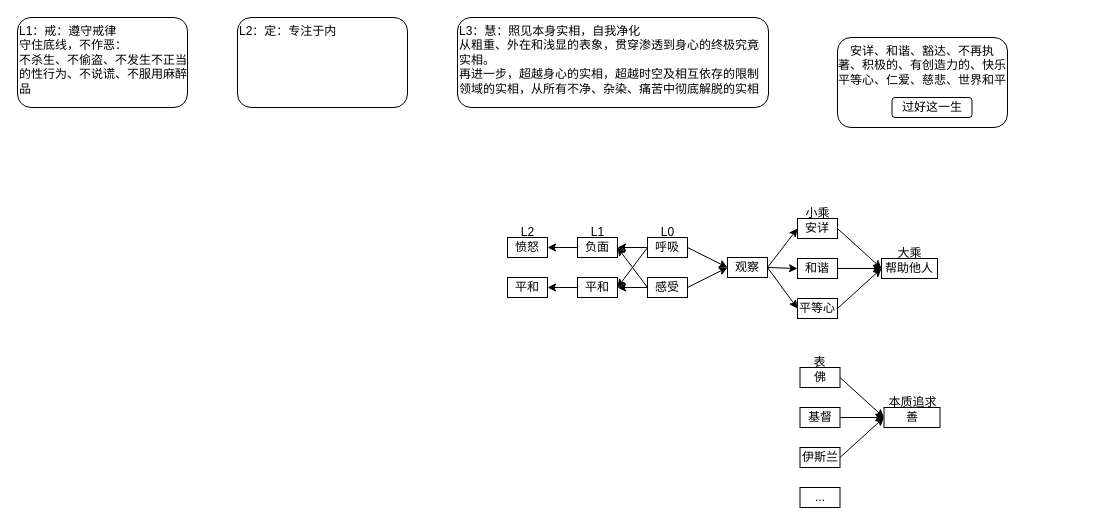
The draw.io diagram 未命名绘图.drawio in 2sky-git/drawio, before the edit. Source tidied: cells renumbered, new cells numbered last; positions are measured from the earlier drawing's top-left corner, leaving out a move shared by most shapes. Both pictures are drawn from the tidied source at 100%, with x=0, y=0 at pixel (17, 17).
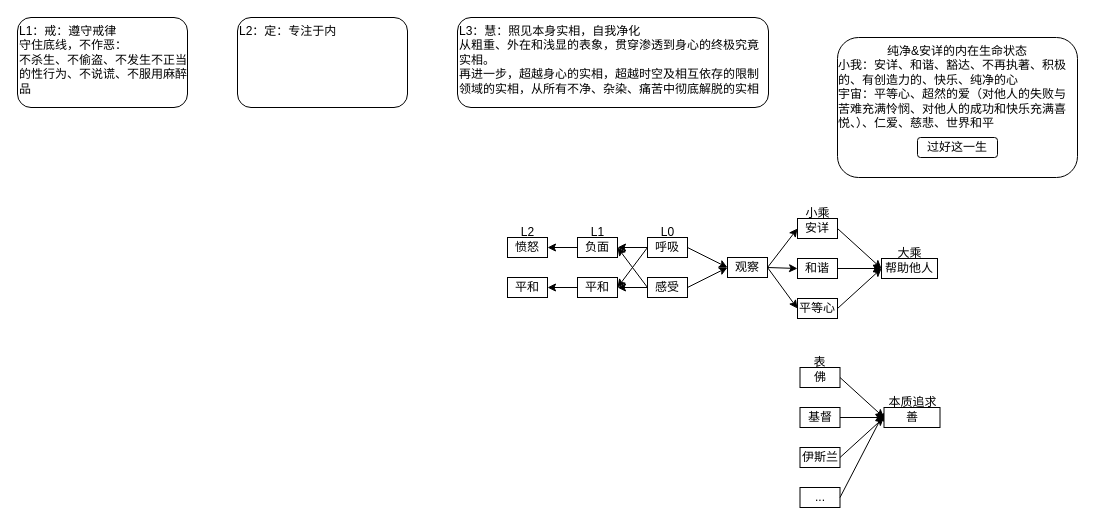
After the change.

Commit message:
序已总结完

The change refers to these unchanged cells:
```xml
<mxCell id="41" value="善" style="rounded=0;whiteSpace=wrap;html=1;" parent="1" vertex="1">
  <mxGeometry x="866.5" y="390" width="56" height="20" as="geometry" />
</mxCell>
<mxCell id="46" value="&lt;div&gt;...&lt;/div&gt;" style="rounded=0;whiteSpace=wrap;html=1;" parent="1" vertex="1">
  <mxGeometry x="782.5" y="470" width="40" height="20" as="geometry" />
</mxCell>
```

Change to the diagram source:
```diff
@@
-    <mxCell id="32" value="安详、和谐、&lt;span style=&quot;background-color: initial;&quot;&gt;豁达、不再执著、积极的、有创造力的、快乐&lt;/span&gt;&lt;div&gt;平等心、仁爱、慈悲、世界和平&lt;span style=&quot;background-color: initial;&quot;&gt;&lt;br&gt;&lt;/span&gt;&lt;/div&gt;" style="rounded=1;whiteSpace=wrap;html=1;verticalAlign=top;" parent="1" vertex="1">
-      <mxGeometry x="820" y="20" width="170" height="90" as="geometry" />
+    <mxCell id="32" value="&lt;div&gt;纯净&amp;amp;安详的内在生命状态&lt;/div&gt;&lt;div style=&quot;text-align: left;&quot;&gt;&lt;span style=&quot;background-color: initial;&quot;&gt;小我：安详、和谐、&lt;/span&gt;&lt;span style=&quot;background-color: initial;&quot;&gt;豁达、不再执著、积极的、有创造力的、快乐、纯净的心&lt;/span&gt;&lt;/div&gt;&lt;div style=&quot;text-align: left;&quot;&gt;宇宙：平等心、超然的爱（对他人的失败与苦难充满怜悯、对他人的成功和快乐充满喜悦、）、仁爱、慈悲、世界和平&lt;span style=&quot;background-color: initial;&quot;&gt;&lt;br&gt;&lt;/span&gt;&lt;/div&gt;" style="rounded=1;whiteSpace=wrap;html=1;verticalAlign=top;" parent="1" vertex="1">
+      <mxGeometry x="820" y="20" width="240" height="140" as="geometry" />
     </mxCell>
     <mxCell id="33" value="过好这一生" style="rounded=1;whiteSpace=wrap;html=1;" parent="1" vertex="1">
-      <mxGeometry x="874.5" y="80" width="80" height="20" as="geometry" />
+      <mxGeometry x="900" y="120" width="80" height="20" as="geometry" />
     </mxCell>
@@
+    <mxCell id="47" style="endArrow=classic;html=1;rounded=0;exitX=1;exitY=0.5;exitDx=0;exitDy=0;entryX=0;entryY=0.25;entryDx=0;entryDy=0;" parent="1" edge="1" source="46" target="41">
+      <mxGeometry relative="1" as="geometry" />
+    </mxCell>
```
